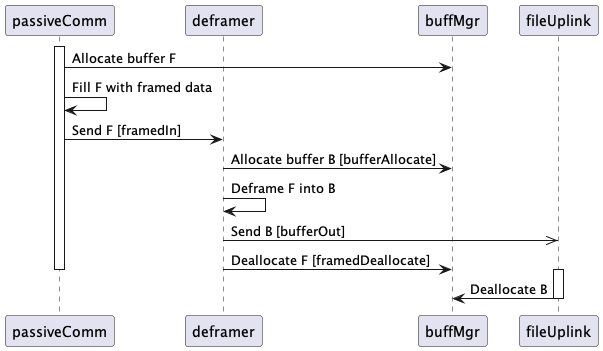
The PlantUML diagram Svc/Deframer/docs/img/active-file-packet.png in nasa/fprime, before a commit.
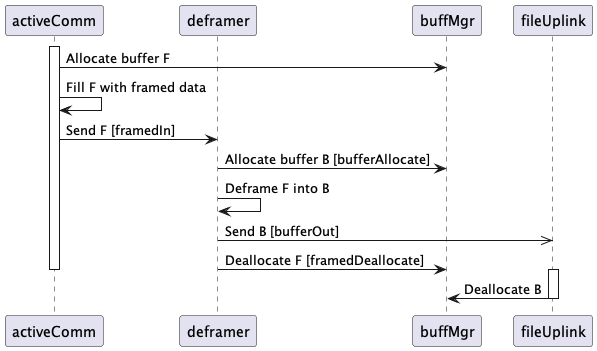
After the change.

Commit message:
Revise Deframer SDD

Change to the diagram source:
```diff
@@ -1,22 +1,22 @@
 @startuml
 
-participant passiveComm order 1
+participant activeComm order 1
 participant deframer order 2
 participant buffMgr order 3
 participant fileUplink order 4
 
-activate passiveComm
+activate activeComm
 
-passiveComm -> buffMgr: Allocate buffer F
-passiveComm -> passiveComm: Fill F with framed data
-passiveComm -> deframer: Send F [framedIn]
+activeComm -> buffMgr: Allocate buffer F
+activeComm -> activeComm: Fill F with framed data
+activeComm -> deframer: Send F [framedIn]
 
 deframer -> buffMgr: Allocate buffer B [bufferAllocate]
 deframer -> deframer: Deframe F into B
 deframer ->> fileUplink: Send B [bufferOut]
 deframer -> buffMgr: Deallocate F [framedDeallocate]
 
-deactivate passiveComm
+deactivate activeComm
 
 activate fileUplink
 fileUplink -> buffMgr: Deallocate B
```
